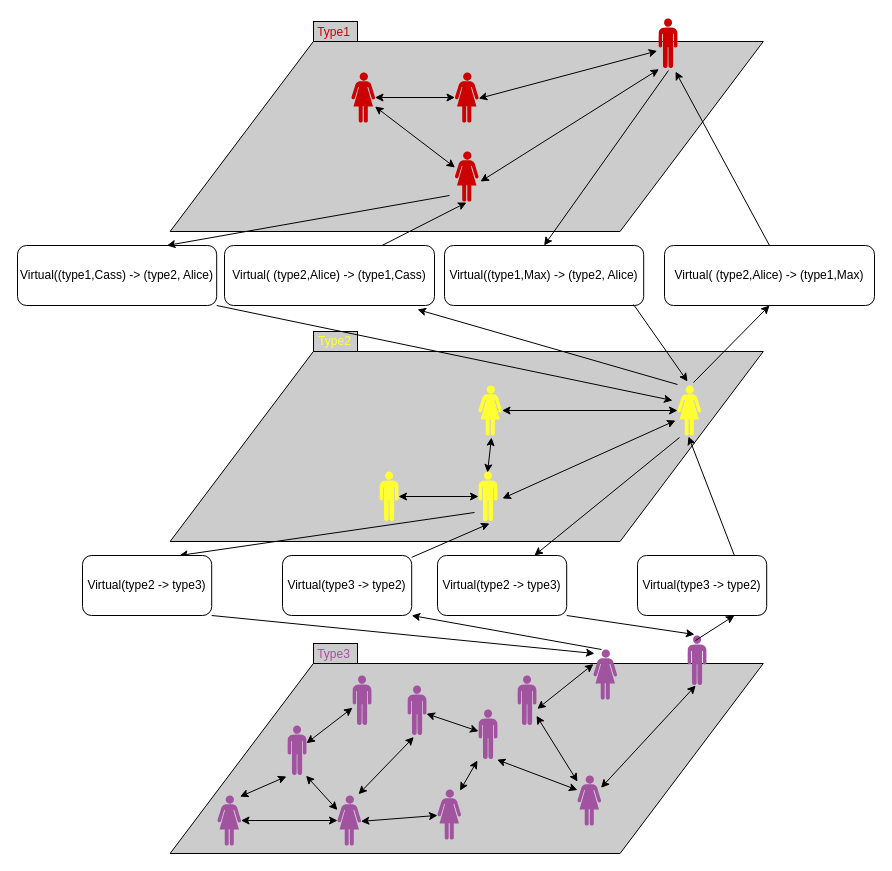
The draw.io diagram docs/images/networkOfNetworkVirtualTypesFiner.drawio in josura/c2c-sepia, before the edit. Source tidied: cells renumbered, new cells numbered last; positions are measured from the earlier drawing's top-left corner, leaving out a move shared by most shapes. Both pictures are drawn from the tidied source at 100%, with x=0, y=0 at pixel (17, 17).
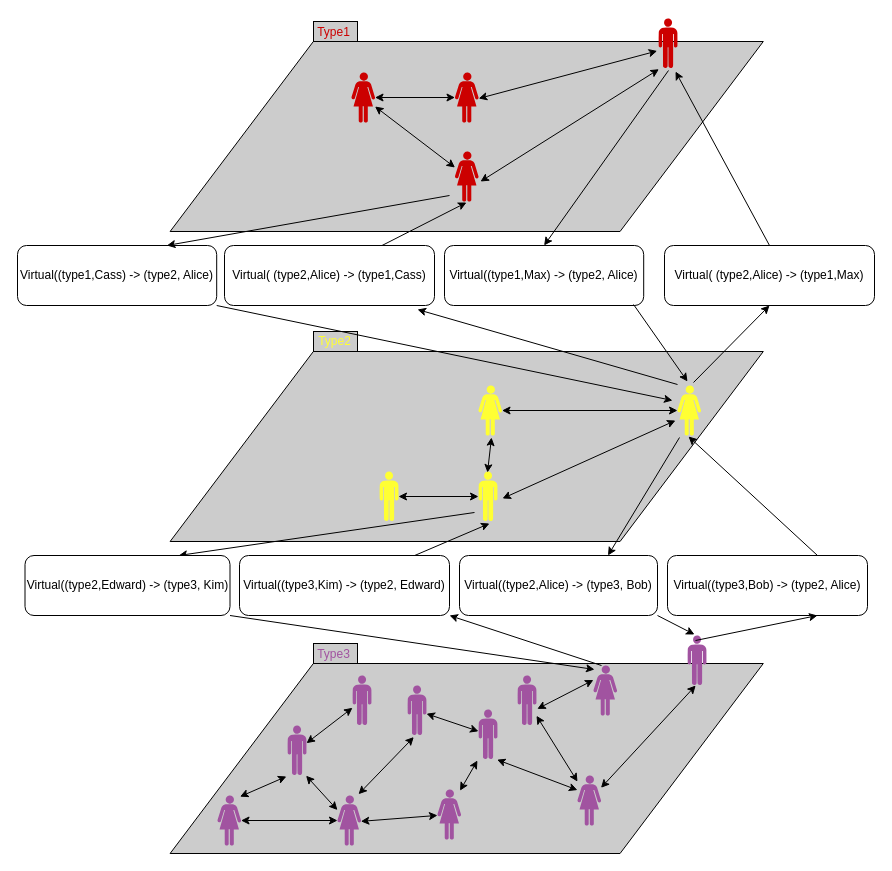
Above is the later version.

The edit, as a diff of the source:
```diff
@@
     <mxCell id="29" style="verticalLabelPosition=bottom;sketch=0;html=1;fillColor=#A153A0;verticalAlign=top;align=center;shape=mxgraph.cisco_safe.design.actor_1;" parent="1" vertex="1">
-      <mxGeometry x="576" y="632" width="23.5" height="50" as="geometry" />
+      <mxGeometry x="576" y="648" width="23.5" height="50" as="geometry" />
     </mxCell>
@@
-    <mxCell id="50" value="Virtual(type3 -&amp;gt; type2)" style="rounded=1;whiteSpace=wrap;html=1;" parent="1" vertex="1">
-      <mxGeometry x="620" y="538" width="129.2" height="60" as="geometry" />
+    <mxCell id="50" value="Virtual((type3,Bob) -&amp;gt; (type2, Alice)" style="rounded=1;whiteSpace=wrap;html=1;" parent="1" vertex="1">
+      <mxGeometry x="650" y="538" width="200" height="60" as="geometry" />
     </mxCell>
@@
-    <mxCell id="55" value="Virtual(type2 -&amp;gt; type3)" style="rounded=1;whiteSpace=wrap;html=1;" parent="1" vertex="1">
-      <mxGeometry x="420" y="538" width="129.2" height="60" as="geometry" />
+    <mxCell id="55" value="Virtual((type2,Alice) -&amp;gt; (type3, Bob)" style="rounded=1;whiteSpace=wrap;html=1;" parent="1" vertex="1">
+      <mxGeometry x="442" y="538" width="198" height="60" as="geometry" />
     </mxCell>
@@
-    <mxCell id="66" value="Virtual(type3 -&amp;gt; type2)" style="rounded=1;whiteSpace=wrap;html=1;" parent="1" vertex="1">
-      <mxGeometry x="265" y="538" width="129.2" height="60" as="geometry" />
+    <mxCell id="66" value="Virtual((type3,Kim) -&amp;gt; (type2, Edward)" style="rounded=1;whiteSpace=wrap;html=1;" parent="1" vertex="1">
+      <mxGeometry x="222" y="538" width="210" height="60" as="geometry" />
     </mxCell>
-    <mxCell id="67" value="Virtual(type2 -&amp;gt; type3)" style="rounded=1;whiteSpace=wrap;html=1;" parent="1" vertex="1">
-      <mxGeometry x="65" y="538" width="129.2" height="60" as="geometry" />
+    <mxCell id="67" value="Virtual((type2,Edward) -&amp;gt; (type3, Kim)" style="rounded=1;whiteSpace=wrap;html=1;" parent="1" vertex="1">
+      <mxGeometry x="7.5" y="538" width="205" height="60" as="geometry" />
     </mxCell>
```
